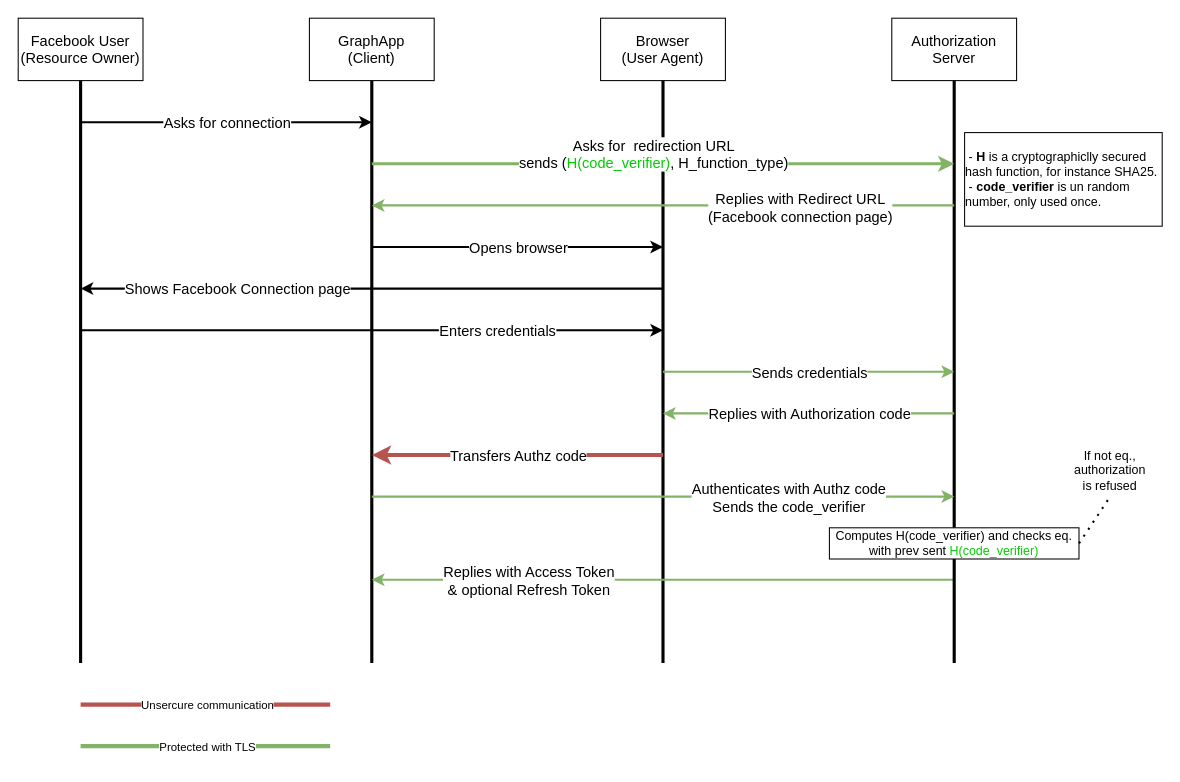
The draw.io diagram SLH_OAuth_PKCE.drawio in superjeffcplusplus/SLH_OAuth, before the edit. Source tidied: cells renumbered, new cells numbered last; positions are measured from the earlier drawing's top-left corner, leaving out a move shared by most shapes. Both pictures are drawn from the tidied source at 104%, with x=0, y=0 at pixel (18, 18).
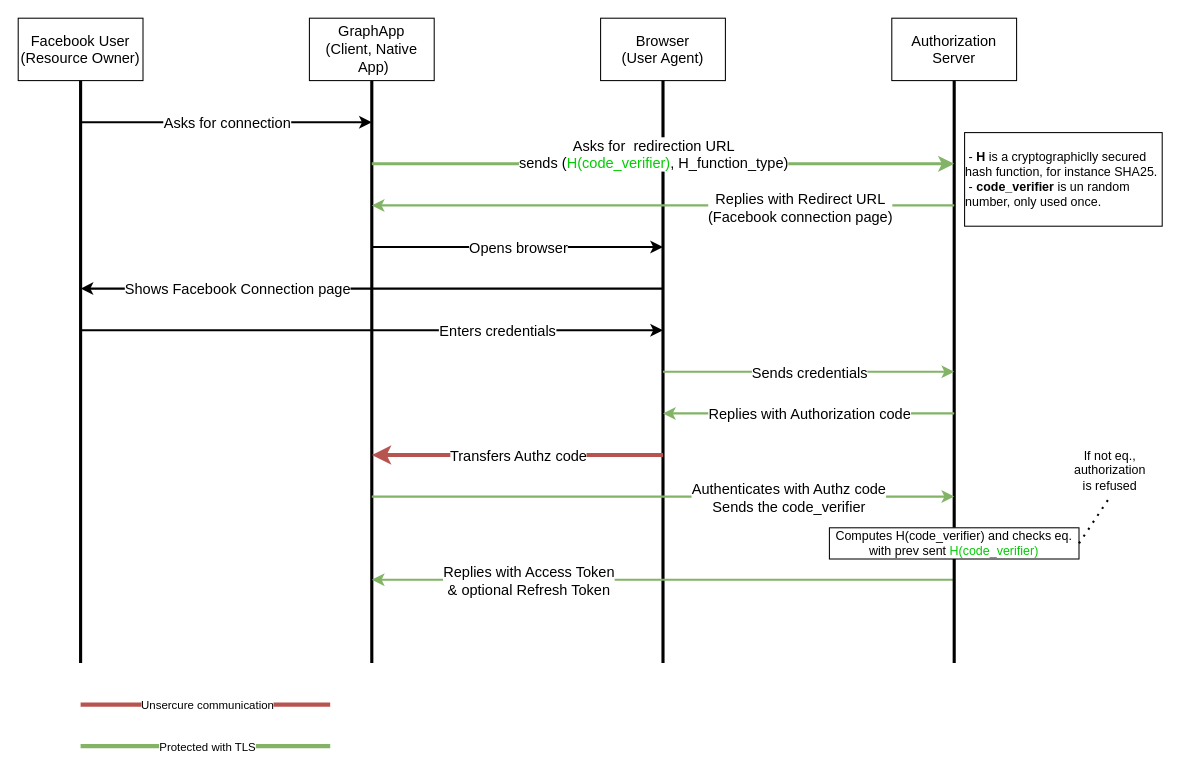
The same page after the edit.

The edit, as a diff of the source:
```diff
@@
-    <mxCell id="6" value="&lt;div style=&quot;font-size: 14px;&quot;&gt;GraphApp&lt;/div&gt;(Client)" style="rounded=0;whiteSpace=wrap;html=1;fontSize=14;" parent="1" vertex="1">
+    <mxCell id="6" value="&lt;div style=&quot;font-size: 14px;&quot;&gt;GraphApp&lt;/div&gt;(Client, Native&lt;br&gt;&amp;nbsp;App)" style="rounded=0;whiteSpace=wrap;html=1;fontSize=14;" parent="1" vertex="1">
       <mxGeometry x="280" width="120" height="60" as="geometry" />
     </mxCell>
```
